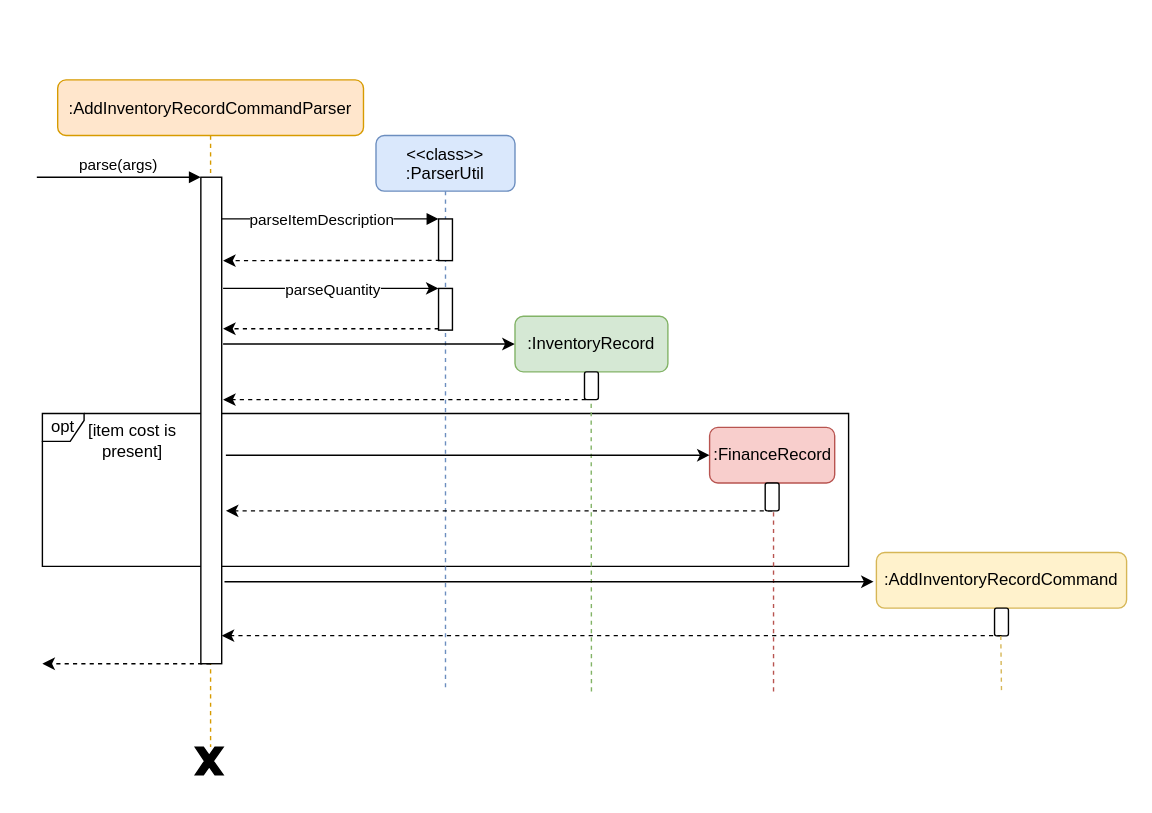
Above: docs/diagrams/logic/AddInventoryRecordSequenceDiagram.drawio in nus-cs2103-AY2021S1/tp (draw.io), before the change. Source tidied: cells renumbered, new cells numbered last; positions are measured from the earlier drawing's top-left corner, leaving out a move shared by most shapes. Both pictures are drawn from the tidied source at 139%, with x=0, y=0 at pixel (36, 79).
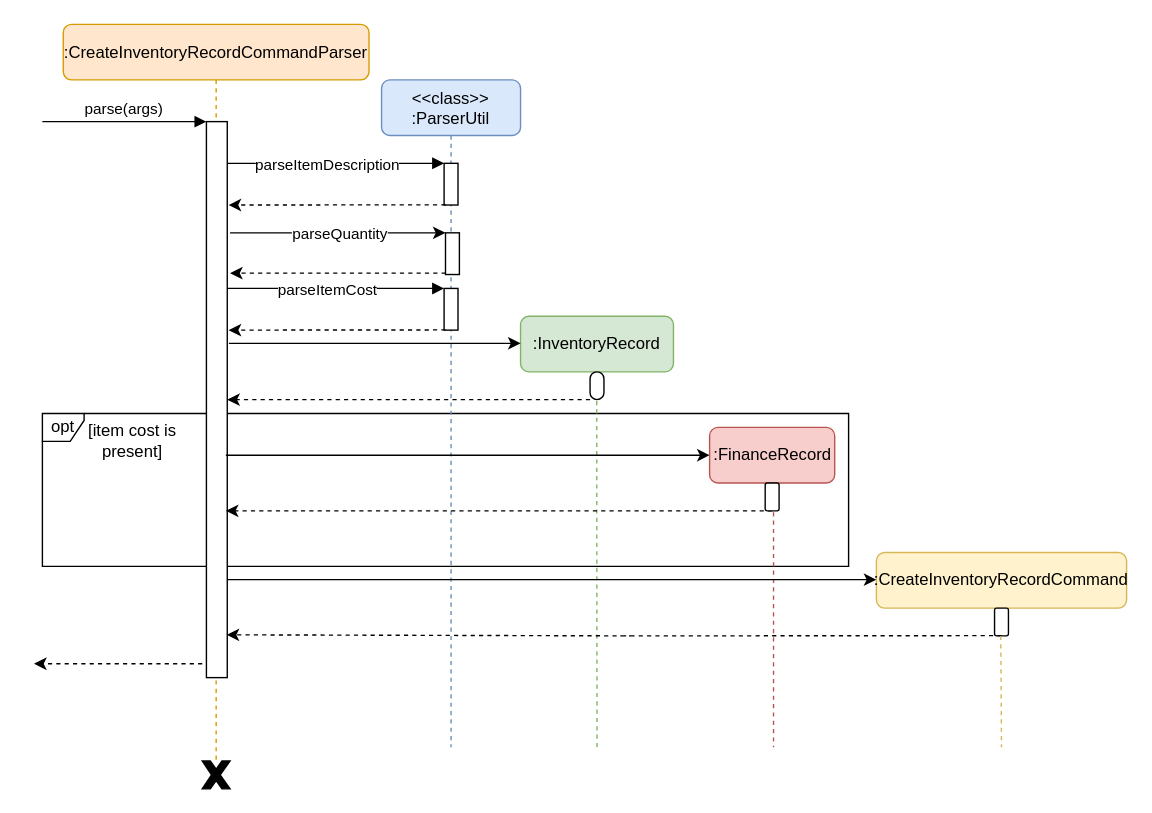
The same page after the edit.

Unchanged cells that the change refers to:
```xml
<mxCell id="7" style="points=[];perimeter=orthogonalPerimeter;rounded=0;shadow=0;strokeWidth=1;" parent="6" vertex="1">
  <mxGeometry x="45" y="60" width="10" height="30" as="geometry" />
</mxCell>
<mxCell id="23" style="html=1;points=[];perimeter=orthogonalPerimeter;rounded=1;strokeColor=#000000;gradientColor=none;" parent="1" vertex="1">
  <mxGeometry x="524" y="290" width="10" height="20" as="geometry" />
</mxCell>
<mxCell id="28" style="html=1;points=[];perimeter=orthogonalPerimeter;rounded=1;strokeColor=#000000;gradientColor=none;" parent="1" vertex="1">
  <mxGeometry x="689" y="380" width="10" height="20" as="geometry" />
</mxCell>
```

Change to the diagram source:
```diff
@@
-    <mxCell id="3" value=":AddInventoryRecordCommandParser" style="shape=umlLifeline;perimeter=lifelinePerimeter;rounded=1;shadow=0;strokeWidth=1;fillColor=#ffe6cc;strokeColor=#d79b00;" parent="1" vertex="1">
-      <mxGeometry x="15" width="220" height="480" as="geometry" />
+    <mxCell id="3" value=":CreateInventoryRecordCommandParser" style="shape=umlLifeline;perimeter=lifelinePerimeter;rounded=1;shadow=0;strokeWidth=1;fillColor=#ffe6cc;strokeColor=#d79b00;" parent="1" vertex="1">
+      <mxGeometry x="19" y="-40" width="220" height="530" as="geometry" />
     </mxCell>
     <mxCell id="4" style="points=[];perimeter=orthogonalPerimeter;rounded=0;shadow=0;strokeWidth=1;" parent="3" vertex="1">
-      <mxGeometry x="103" y="70" width="15" height="350" as="geometry" />
+      <mxGeometry x="103" y="70" width="15" height="400" as="geometry" />
     </mxCell>
@@
     <mxCell id="6" value="&lt;&lt;class&gt;&gt;&#10;:ParserUtil" style="shape=umlLifeline;perimeter=lifelinePerimeter;rounded=1;shadow=0;strokeWidth=1;size=40;fillColor=#dae8fc;strokeColor=#6c8ebf;" parent="1" vertex="1">
-      <mxGeometry x="244" y="40" width="100" height="400" as="geometry" />
+      <mxGeometry x="248" width="100" height="480" as="geometry" />
     </mxCell>
@@
     <mxCell id="8" style="points=[];perimeter=orthogonalPerimeter;rounded=0;shadow=0;strokeWidth=1;" parent="6" vertex="1">
-      <mxGeometry x="45" y="110" width="10" height="30" as="geometry" />
+      <mxGeometry x="46" y="110" width="10" height="30" as="geometry" />
     </mxCell>
+    <mxCell id="34" style="points=[];perimeter=orthogonalPerimeter;rounded=0;shadow=0;strokeWidth=1;" parent="6" vertex="1">
+      <mxGeometry x="45" y="150" width="10" height="30" as="geometry" />
+    </mxCell>
+    <mxCell id="35" style="verticalAlign=bottom;endArrow=block;shadow=0;strokeWidth=1;" parent="6" edge="1" target="34">
+      <mxGeometry relative="1" as="geometry">
+        <mxPoint x="-111" y="150" as="sourcePoint" />
+        <Array as="points">
+          <mxPoint x="-20" y="150" />
+        </Array>
+      </mxGeometry>
+    </mxCell>
+    <mxCell id="36" value="parseItemCost" style="edgeLabel;html=1;align=center;verticalAlign=middle;" parent="35" vertex="1">
+      <mxGeometry x="0.16" y="-19" relative="1" as="geometry">
+        <mxPoint x="-19" y="-19" as="offset" />
+      </mxGeometry>
+    </mxCell>
+    <mxCell id="37" style="endArrow=classic;html=1;dashed=1;exitX=0.1;exitY=0.995;exitDx=0;exitDy=0;exitPerimeter=0;" parent="6" edge="1" source="34">
+      <mxGeometry relative="1" as="geometry">
+        <mxPoint x="-110" y="180" as="targetPoint" />
+      </mxGeometry>
+    </mxCell>
     <mxCell id="9" style="verticalAlign=bottom;endArrow=block;shadow=0;strokeWidth=1;" parent="1" edge="1" source="4" target="7">
       <mxGeometry relative="1" as="geometry">
         <Array as="points">
-          <mxPoint x="224" y="100" />
+          <mxPoint x="228" y="60" />
         </Array>
       </mxGeometry>
     </mxCell>
@@
     <mxCell id="11" style="endArrow=classic;html=1;dashed=1;exitX=0.1;exitY=0.995;exitDx=0;exitDy=0;exitPerimeter=0;" parent="1" edge="1" source="7">
       <mxGeometry relative="1" as="geometry">
-        <mxPoint x="134" y="130" as="targetPoint" />
+        <mxPoint x="138" y="90" as="targetPoint" />
       </mxGeometry>
     </mxCell>
     <mxCell id="12" style="endArrow=classic;html=1;" parent="1" edge="1" target="8">
       <mxGeometry relative="1" as="geometry">
-        <mxPoint x="134" y="150" as="sourcePoint" />
+        <mxPoint x="139" y="110" as="sourcePoint" />
         <Array as="points">
-          <mxPoint x="264" y="150" />
+          <mxPoint x="269" y="110" />
         </Array>
       </mxGeometry>
     </mxCell>
@@
     <mxCell id="14" style="endArrow=classic;html=1;exitX=0.02;exitY=0.967;exitDx=0;exitDy=0;exitPerimeter=0;dashed=1;" parent="1" edge="1" source="8">
       <mxGeometry relative="1" as="geometry">
-        <mxPoint x="134" y="179" as="targetPoint" />
+        <mxPoint x="139" y="139" as="targetPoint" />
       </mxGeometry>
     </mxCell>
     <mxCell id="15" value=":InventoryRecord" style="rounded=1;whiteSpace=wrap;html=1;strokeColor=#82b366;fillColor=#d5e8d4;" parent="1" vertex="1">
-      <mxGeometry x="344" y="170" width="110" height="40" as="geometry" />
+      <mxGeometry x="348" y="170" width="110" height="40" as="geometry" />
     </mxCell>
-    <mxCell id="16" style="html=1;points=[];perimeter=orthogonalPerimeter;rounded=1;strokeColor=#000000;gradientColor=none;" parent="1" vertex="1">
-      <mxGeometry x="394" y="210" width="10" height="20" as="geometry" />
+    <mxCell id="16" style="html=1;points=[];perimeter=orthogonalPerimeter;rounded=1;strokeColor=#000000;gradientColor=none;arcSize=50;" parent="1" vertex="1">
+      <mxGeometry x="398" y="210" width="10" height="20" as="geometry" />
     </mxCell>
     <mxCell id="17" style="endArrow=classic;html=1;" parent="1" edge="1">
       <mxGeometry relative="1" as="geometry">
-        <mxPoint x="134" y="190" as="sourcePoint" />
-        <mxPoint x="343.8" y="190" as="targetPoint" />
+        <mxPoint x="138.2" y="189.5" as="sourcePoint" />
+        <mxPoint x="348" y="189.5" as="targetPoint" />
         <Array as="points">
-          <mxPoint x="318.8" y="190" />
+          <mxPoint x="323" y="189.5" />
         </Array>
       </mxGeometry>
     </mxCell>
     <mxCell id="18" style="endArrow=classic;html=1;dashed=1;" parent="1" edge="1">
       <mxGeometry relative="1" as="geometry">
-        <mxPoint x="395" y="230" as="sourcePoint" />
-        <mxPoint x="134" y="230" as="targetPoint" />
+        <mxPoint x="398" y="230" as="sourcePoint" />
+        <mxPoint x="137" y="230" as="targetPoint" />
       </mxGeometry>
     </mxCell>
     <mxCell id="19" style="endArrow=none;dashed=1;html=1;strokeColor=#82b366;entryX=0.48;entryY=1.01;entryDx=0;entryDy=0;entryPerimeter=0;fillColor=#d5e8d4;" parent="1" edge="1" target="16">
       <mxGeometry relative="1" as="geometry">
-        <mxPoint x="399" y="440" as="sourcePoint" />
+        <mxPoint x="403" y="480" as="sourcePoint" />
       </mxGeometry>
     </mxCell>
@@
     <mxCell id="26" style="endArrow=none;dashed=1;html=1;strokeColor=#b85450;exitX=0.6;exitY=1.05;exitDx=0;exitDy=0;exitPerimeter=0;fillColor=#f8cecc;" parent="1" edge="1" source="23">
       <mxGeometry relative="1" as="geometry">
-        <mxPoint x="530" y="440" as="targetPoint" />
+        <mxPoint x="530" y="480" as="targetPoint" />
       </mxGeometry>
     </mxCell>
-    <mxCell id="27" value=":AddInventoryRecordCommand" style="rounded=1;whiteSpace=wrap;html=1;strokeColor=#d6b656;fillColor=#fff2cc;" parent="1" vertex="1">
+    <mxCell id="27" value=":CreateInventoryRecordCommand" style="rounded=1;whiteSpace=wrap;html=1;strokeColor=#d6b656;fillColor=#fff2cc;" parent="1" vertex="1">
       <mxGeometry x="604" y="340" width="180" height="40" as="geometry" />
     </mxCell>
@@
-    <mxCell id="29" style="endArrow=classic;html=1;dashed=1;strokeColor=#000000;exitX=0.5;exitY=0.99;exitDx=0;exitDy=0;exitPerimeter=0;" parent="1" edge="1" source="28" target="4">
-      <mxGeometry relative="1" as="geometry" />
+    <mxCell id="29" style="endArrow=classic;html=1;dashed=1;strokeColor=#000000;exitX=0.5;exitY=0.99;exitDx=0;exitDy=0;exitPerimeter=0;entryX=0.97;entryY=0.923;entryDx=0;entryDy=0;entryPerimeter=0;" parent="1" edge="1" source="28" target="4">
+      <mxGeometry relative="1" as="geometry">
+        <Array as="points">
+          <mxPoint x="414" y="400" />
+          <mxPoint x="434" y="400" />
+        </Array>
+      </mxGeometry>
     </mxCell>
     <mxCell id="30" style="endArrow=classic;html=1;strokeColor=#000000;" parent="1" edge="1">
       <mxGeometry relative="1" as="geometry">
-        <mxPoint x="135" y="361" as="sourcePoint" />
-        <mxPoint x="602" y="361" as="targetPoint" />
+        <mxPoint x="137" y="359.5" as="sourcePoint" />
+        <mxPoint x="604" y="359.5" as="targetPoint" />
       </mxGeometry>
     </mxCell>
     <mxCell id="31" style="verticalLabelPosition=bottom;verticalAlign=top;html=1;shape=mxgraph.basic.x;rounded=1;strokeColor=#000000;gradientColor=none;fillColor=#000000;" parent="1" vertex="1">
-      <mxGeometry x="114" y="480" width="20" height="20" as="geometry" />
+      <mxGeometry x="119" y="490" width="20" height="20" as="geometry" />
     </mxCell>
     <mxCell id="32" style="endArrow=classic;html=1;dashed=1;" parent="1" edge="1">
       <mxGeometry relative="1" as="geometry">
-        <mxPoint x="125" y="420" as="sourcePoint" />
-        <mxPoint x="4" y="420" as="targetPoint" />
+        <mxPoint x="119" y="420" as="sourcePoint" />
+        <mxPoint x="-2" y="420" as="targetPoint" />
       </mxGeometry>
     </mxCell>
     <mxCell id="33" style="endArrow=none;dashed=1;html=1;strokeColor=#d6b656;exitX=0.6;exitY=1.05;exitDx=0;exitDy=0;exitPerimeter=0;fillColor=#fff2cc;" parent="1" edge="1">
       <mxGeometry relative="1" as="geometry">
         <mxPoint x="693.5" y="400" as="sourcePoint" />
-        <mxPoint x="694" y="440" as="targetPoint" />
+        <mxPoint x="694" y="480" as="targetPoint" />
       </mxGeometry>
     </mxCell>
```
